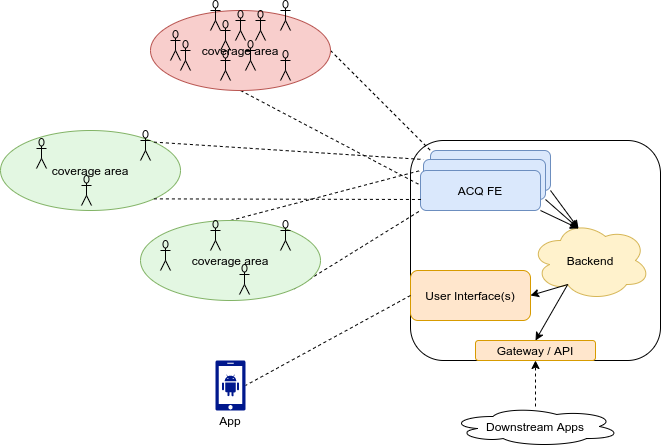
The draw.io diagram HL overview.png in WVV-0012-72/StayOrGo.design, before a commit. Source tidied: cells renumbered, new cells last; positions are measured from the earlier drawing's top-left corner, leaving out a move shared by most shapes.
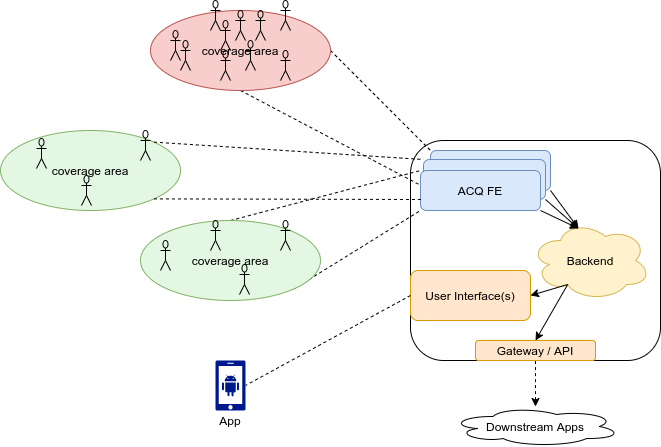
The same diagram one commit later.

What changed in the source:
```diff
@@ -22,7 +22,7 @@
         <mxPoint x="490" y="200" as="sourcePoint" />
       </mxGeometry>
     </mxCell>
-    <mxCell id="8" style="edgeStyle=orthogonalEdgeStyle;rounded=0;jettySize=auto;html=1;dashed=1;" parent="1" edge="1" source="9" target="38">
+    <mxCell id="8" style="edgeStyle=orthogonalEdgeStyle;rounded=0;jettySize=auto;html=1;dashed=1;startArrow=classic;startFill=1;endArrow=none;endFill=0;" parent="1" edge="1" source="9" target="38">
       <mxGeometry relative="1" as="geometry" />
     </mxCell>
     <mxCell id="9" value="Downstream Apps" style="ellipse;shape=cloud;whiteSpace=wrap;html=1;" parent="1" vertex="1">
```
